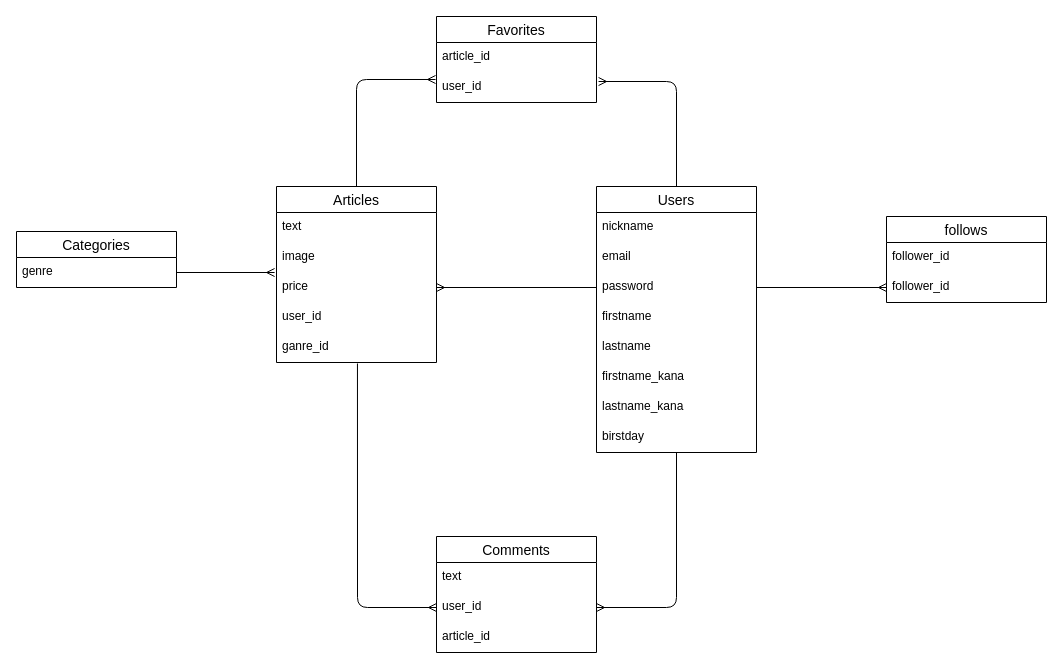
Before: er.dio in Shaitaxx/gadget_expedition, a draw.io diagram. Source tidied: cells renumbered, new cells numbered last; positions are measured from the earlier drawing's top-left corner, leaving out a move shared by most shapes. Both pictures are drawn from the tidied source at 100%, with x=0, y=0 at pixel (16, 16).
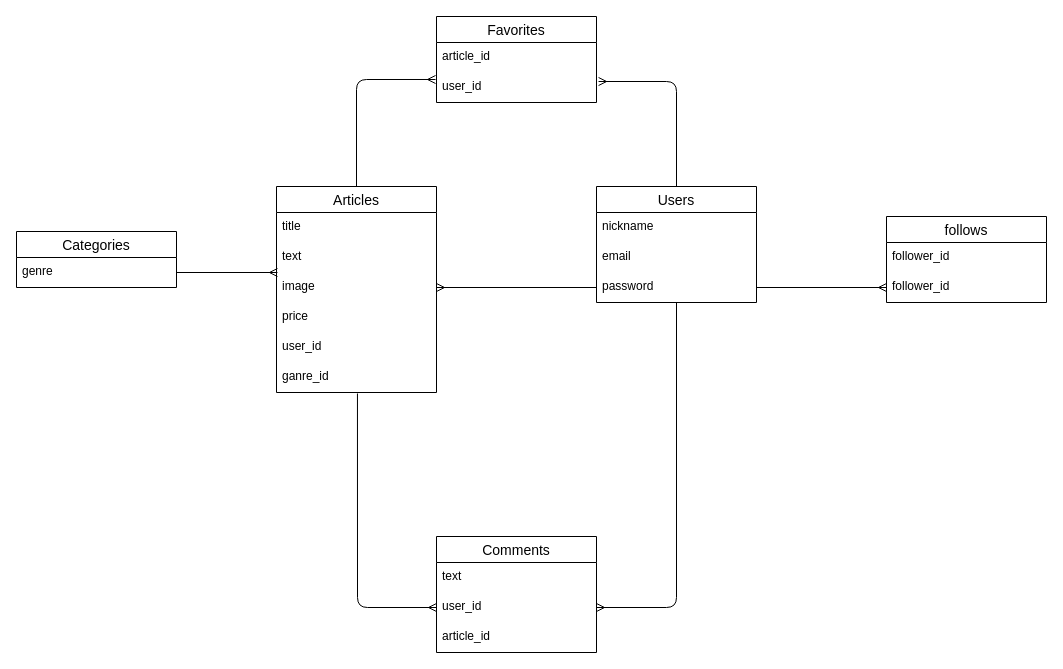
Above is the later version.

Unchanged cells that the change refers to:
```xml
<mxCell id="7" value="password" style="text;strokeColor=none;fillColor=none;spacingLeft=4;spacingRight=4;overflow=hidden;points=[[0,0.5],[1,0.5]];portConstraint=eastwest;fontSize=12;" parent="4" vertex="1">
  <mxGeometry y="86" width="160" height="30" as="geometry" />
</mxCell>
<mxCell id="25" value="genre" style="text;strokeColor=none;fillColor=none;spacingLeft=4;spacingRight=4;overflow=hidden;points=[[0,0.5],[1,0.5]];portConstraint=eastwest;fontSize=12;" parent="24" vertex="1">
  <mxGeometry y="26" width="160" height="30" as="geometry" />
</mxCell>
```

The edit, as a diff of the source:
```diff
@@
     <mxCell id="4" value="Users" style="swimlane;fontStyle=0;horizontal=1;startSize=26;align=center;fontSize=14;" parent="1" vertex="1">
-      <mxGeometry x="580" y="170" width="160" height="266" as="geometry" />
+      <mxGeometry x="580" y="170" width="160" height="116" as="geometry" />
     </mxCell>
@@
-    <mxCell id="8" value="firstname" style="text;strokeColor=none;fillColor=none;spacingLeft=4;spacingRight=4;overflow=hidden;fontSize=12;" parent="4" vertex="1">
-      <mxGeometry y="116" width="160" height="30" as="geometry" />
-    </mxCell>
-    <mxCell id="9" value="lastname" style="text;strokeColor=none;fillColor=none;spacingLeft=4;spacingRight=4;overflow=hidden;fontSize=12;" parent="4" vertex="1">
-      <mxGeometry y="146" width="160" height="30" as="geometry" />
-    </mxCell>
-    <mxCell id="10" value="firstname_kana" style="text;strokeColor=none;fillColor=none;spacingLeft=4;spacingRight=4;overflow=hidden;fontSize=12;" parent="4" vertex="1">
-      <mxGeometry y="176" width="160" height="30" as="geometry" />
-    </mxCell>
-    <mxCell id="11" value="lastname_kana" style="text;strokeColor=none;fillColor=none;spacingLeft=4;spacingRight=4;overflow=hidden;fontSize=12;" parent="4" vertex="1">
-      <mxGeometry y="206" width="160" height="30" as="geometry" />
-    </mxCell>
-    <mxCell id="12" value="birstday" style="text;strokeColor=none;fillColor=none;spacingLeft=4;spacingRight=4;overflow=hidden;fontSize=12;" parent="4" vertex="1">
-      <mxGeometry y="236" width="160" height="30" as="geometry" />
-    </mxCell>
@@
     <mxCell id="14" value="Articles" style="swimlane;fontStyle=0;horizontal=1;startSize=26;align=center;fontSize=14;" parent="1" vertex="1">
-      <mxGeometry x="260" y="170" width="160" height="176" as="geometry" />
+      <mxGeometry x="260" y="170" width="160" height="206" as="geometry" />
     </mxCell>
-    <mxCell id="15" value="text" style="text;strokeColor=none;fillColor=none;spacingLeft=4;spacingRight=4;overflow=hidden;fontSize=12;" parent="14" vertex="1">
+    <mxCell id="15" value="title" style="text;strokeColor=none;fillColor=none;spacingLeft=4;spacingRight=4;overflow=hidden;fontSize=12;" parent="14" vertex="1">
       <mxGeometry y="26" width="160" height="30" as="geometry" />
     </mxCell>
+    <mxCell id="36" value="text" style="text;strokeColor=none;fillColor=none;spacingLeft=4;spacingRight=4;overflow=hidden;fontSize=12;" parent="14" vertex="1">
+      <mxGeometry y="56" width="160" height="30" as="geometry" />
+    </mxCell>
     <mxCell id="16" value="image" style="text;strokeColor=none;fillColor=none;spacingLeft=4;spacingRight=4;overflow=hidden;points=[[0,0.5],[1,0.5]];portConstraint=eastwest;fontSize=12;" parent="14" vertex="1">
-      <mxGeometry y="56" width="160" height="30" as="geometry" />
+      <mxGeometry y="86" width="160" height="30" as="geometry" />
     </mxCell>
     <mxCell id="17" value="price" style="text;strokeColor=none;fillColor=none;spacingLeft=4;spacingRight=4;overflow=hidden;points=[[0,0.5],[1,0.5]];portConstraint=eastwest;fontSize=12;" parent="14" vertex="1">
-      <mxGeometry y="86" width="160" height="30" as="geometry" />
+      <mxGeometry y="116" width="160" height="30" as="geometry" />
     </mxCell>
     <mxCell id="18" value="user_id" style="text;strokeColor=none;fillColor=none;spacingLeft=4;spacingRight=4;overflow=hidden;fontSize=12;" parent="14" vertex="1">
-      <mxGeometry y="116" width="160" height="30" as="geometry" />
+      <mxGeometry y="146" width="160" height="30" as="geometry" />
     </mxCell>
     <mxCell id="19" value="ganre_id" style="text;strokeColor=none;fillColor=none;spacingLeft=4;spacingRight=4;overflow=hidden;points=[[0,0.5],[1,0.5]];portConstraint=eastwest;fontSize=12;" parent="14" vertex="1">
-      <mxGeometry y="146" width="160" height="30" as="geometry" />
+      <mxGeometry y="176" width="160" height="30" as="geometry" />
     </mxCell>
@@
-    <mxCell id="32" style="edgeStyle=none;html=1;exitX=1;exitY=0.5;exitDx=0;exitDy=0;entryX=-0.012;entryY=0;entryDx=0;entryDy=0;entryPerimeter=0;endArrow=ERmany;endFill=0;" parent="1" edge="1" source="25" target="17">
+    <mxCell id="32" style="edgeStyle=none;html=1;exitX=1;exitY=0.5;exitDx=0;exitDy=0;entryX=0.006;entryY=0;entryDx=0;entryDy=0;entryPerimeter=0;endArrow=ERmany;endFill=0;" parent="1" edge="1" source="25" target="16">
       <mxGeometry relative="1" as="geometry" />
     </mxCell>
@@
-    <mxCell id="34" style="edgeStyle=none;html=1;exitX=0;exitY=0.5;exitDx=0;exitDy=0;entryX=1;entryY=0.5;entryDx=0;entryDy=0;endArrow=ERmany;endFill=0;" parent="1" edge="1" source="7" target="17">
+    <mxCell id="34" style="edgeStyle=none;html=1;exitX=0;exitY=0.5;exitDx=0;exitDy=0;entryX=1;entryY=0.5;entryDx=0;entryDy=0;endArrow=ERmany;endFill=0;" parent="1" edge="1" source="7" target="16">
       <mxGeometry relative="1" as="geometry" />
     </mxCell>
```
